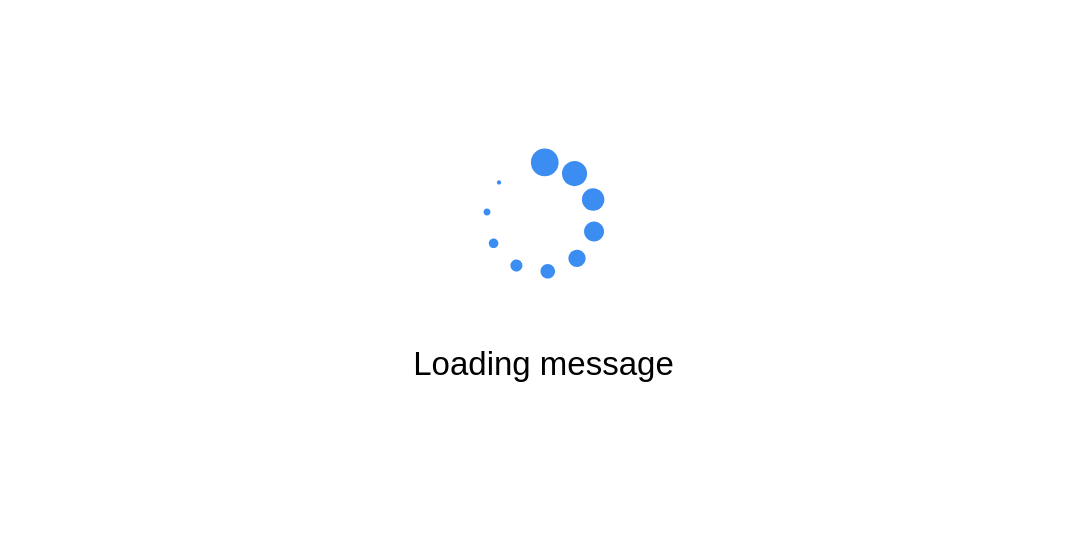
nicoagr/txipironclient keeps this draw.io diagram as mockup/Diagrama sin título.drawio. Above is the earlier version. Source tidied: cells renumbered, new cells numbered last; positions are measured from the earlier drawing's top-left corner, leaving out a move shared by most shapes. Both pictures are drawn from the tidied source at 100%, with x=0, y=0 at pixel (403, 148).
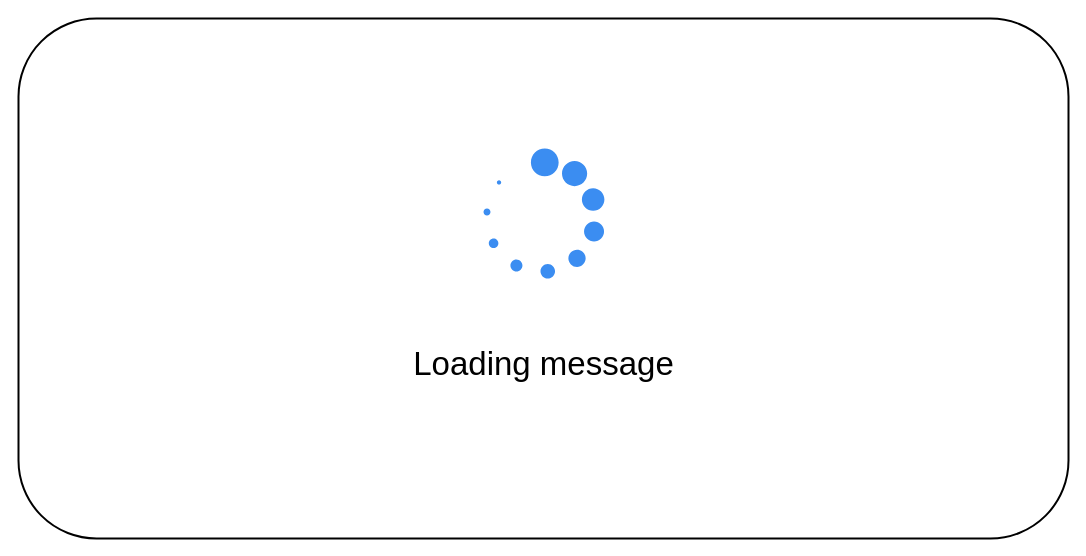
The same diagram, later.

The edit, as a diff of the source:
```diff
@@
 <mxGraphModel>
   <root>
     <mxCell id="0" />
     <mxCell id="1" parent="0" />
+    <mxCell id="4" style="rounded=1;whiteSpace=wrap;html=1;strokeColor=#000000;fontSize=33;strokeWidth=2;" parent="1" vertex="1">
+      <mxGeometry x="-385" y="-130" width="1050" height="520" as="geometry" />
+    </mxCell>
     <mxCell id="2" value="&lt;font style=&quot;font-size: 33px;&quot;&gt;Loading message&lt;/font&gt;" style="text;html=1;align=center;verticalAlign=middle;strokeColor=none;fillColor=none;" parent="1" vertex="1">
       <mxGeometry y="190" width="280" height="50" as="geometry" />
     </mxCell>
     <mxCell id="3" style="sketch=0;html=1;strokeColor=none;shadow=0;align=center;verticalAlign=top;fillColor=#3B8DF1;shape=mxgraph.gcp2.loading_2;fontSize=33;" parent="1" vertex="1">
       <mxGeometry x="80" width="120.9" height="130" as="geometry" />
     </mxCell>
   </root>
 </mxGraphModel>
```
